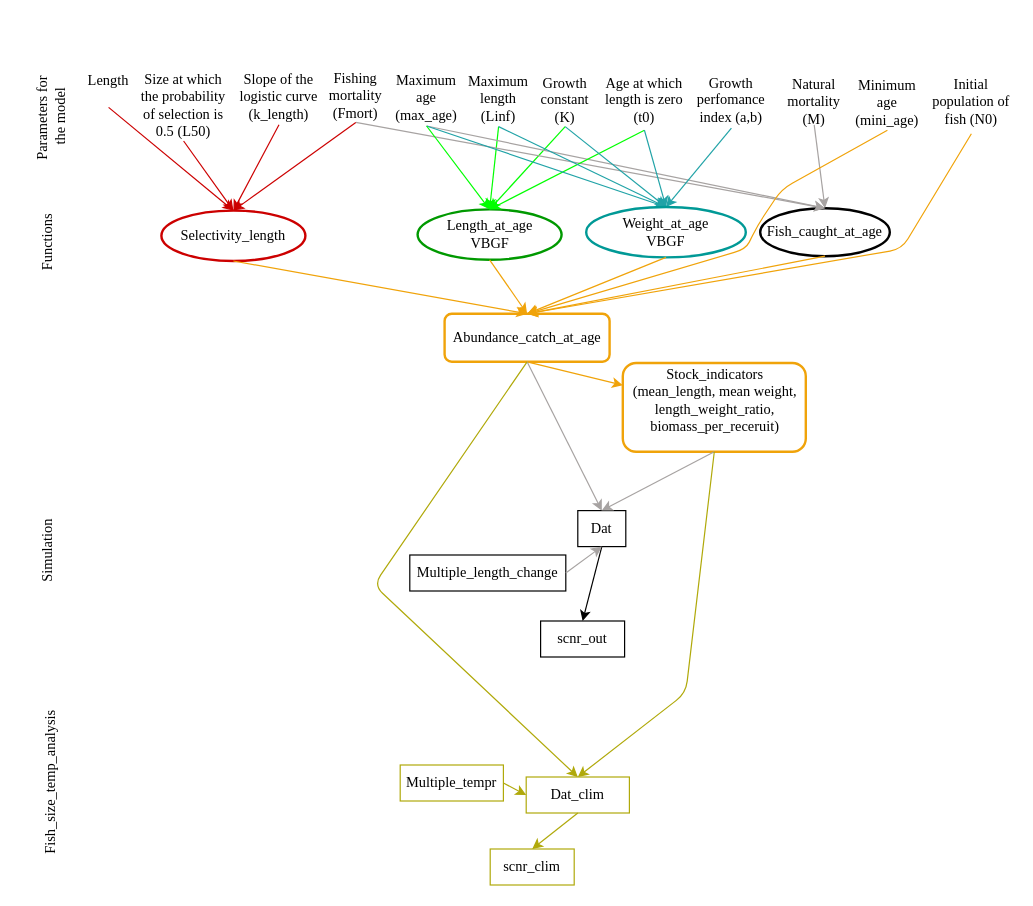
The draw.io diagram test.drawio in rtakyi/fish-size-climate-sensitivity, before the edit. Source tidied: cells renumbered, new cells numbered last; positions are measured from the earlier drawing's top-left corner, leaving out a move shared by most shapes. Both pictures are drawn from the tidied source at 120%, with x=0, y=0 at pixel (-34, 67).
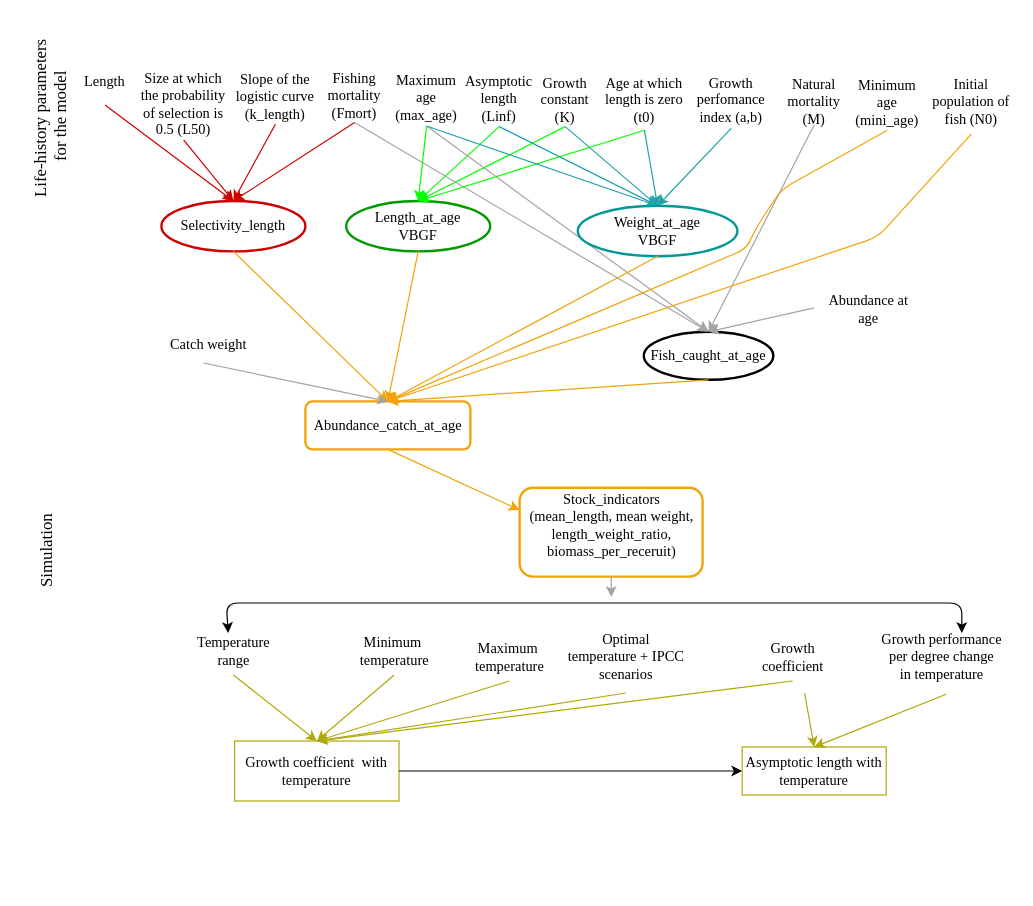
The same page after the edit.

Unchanged cells that the change refers to:
```xml
<mxCell id="6" value="&lt;font face=&quot;Times New Roman&quot; style=&quot;font-size: 12px;&quot;&gt;Initial population of fish (N0)&lt;/font&gt;" style="text;html=1;strokeColor=none;fillColor=none;align=center;verticalAlign=middle;whiteSpace=wrap;rounded=0;" parent="1" vertex="1">
  <mxGeometry x="802" y="1" width="70" height="54" as="geometry" />
</mxCell>
```

Change to the diagram source:
```diff
@@
     <mxCell id="3" value="&lt;font face=&quot;Times New Roman&quot; style=&quot;font-size: 12px;&quot;&gt;Size at which the probability of selection is 0.5 (L50)&lt;/font&gt;" style="text;html=1;strokeColor=none;fillColor=none;align=center;verticalAlign=middle;whiteSpace=wrap;rounded=0;fontStyle=0;" parent="1" vertex="1">
-      <mxGeometry x="140" y="1" width="81" height="60" as="geometry" />
+      <mxGeometry x="140" width="81" height="60" as="geometry" />
     </mxCell>
-    <mxCell id="4" value="&lt;font face=&quot;Times New Roman&quot; style=&quot;font-size: 12px;&quot;&gt;Maximum length (Linf)&lt;/font&gt;" style="text;html=1;strokeColor=none;fillColor=none;align=center;verticalAlign=middle;whiteSpace=wrap;rounded=0;" parent="1" vertex="1">
-      <mxGeometry x="418" y="2.5" width="50" height="46.5" as="geometry" />
+    <mxCell id="4" value="&lt;font face=&quot;Times New Roman&quot; style=&quot;font-size: 12px;&quot;&gt;Asymptotic length (Linf)&lt;/font&gt;" style="text;html=1;strokeColor=none;fillColor=none;align=center;verticalAlign=middle;whiteSpace=wrap;rounded=0;" parent="1" vertex="1">
+      <mxGeometry x="418" y="2.5" width="51" height="46.5" as="geometry" />
     </mxCell>
@@
     <mxCell id="7" value="&lt;font face=&quot;Times New Roman&quot; style=&quot;font-size: 12px;&quot;&gt;Selectivity_length&lt;/font&gt;" style="ellipse;whiteSpace=wrap;html=1;strokeColor=#CC0000;strokeWidth=2;" parent="1" vertex="1">
-      <mxGeometry x="162" y="119" width="120" height="42" as="geometry" />
+      <mxGeometry x="162" y="111" width="120" height="42" as="geometry" />
     </mxCell>
     <mxCell id="8" value="&lt;font face=&quot;Times New Roman&quot; style=&quot;font-size: 12px;&quot;&gt;Fishing&lt;br&gt;mortality (Fmort)&lt;/font&gt;" style="text;html=1;strokeColor=none;fillColor=none;align=center;verticalAlign=middle;whiteSpace=wrap;rounded=0;" parent="1" vertex="1">
-      <mxGeometry x="292" width="64" height="45.5" as="geometry" />
+      <mxGeometry x="291" width="64" height="45.5" as="geometry" />
     </mxCell>
@@
     <mxCell id="10" value="&lt;font face=&quot;Times New Roman&quot; style=&quot;font-size: 12px;&quot;&gt;Slope of the logistic curve (k_length)&lt;/font&gt;" style="text;html=1;strokeColor=none;fillColor=none;align=center;verticalAlign=middle;whiteSpace=wrap;rounded=0;" parent="1" vertex="1">
-      <mxGeometry x="226" y="1" width="68" height="46.5" as="geometry" />
+      <mxGeometry x="223" y="0.5" width="68" height="46.5" as="geometry" />
     </mxCell>
     <mxCell id="11" value="&lt;font face=&quot;Times New Roman&quot; style=&quot;font-size: 12px;&quot;&gt;Length_at_age&lt;br&gt;VBGF&lt;/font&gt;" style="ellipse;whiteSpace=wrap;html=1;strokeColor=#009900;strokeWidth=2;" parent="1" vertex="1">
-      <mxGeometry x="375.5" y="118" width="120" height="42" as="geometry" />
+      <mxGeometry x="316" y="111" width="120" height="42" as="geometry" />
     </mxCell>
@@
     <mxCell id="14" value="&lt;font style=&quot;&quot;&gt;&lt;font style=&quot;font-size: 12px;&quot; face=&quot;Times New Roman&quot;&gt;Length&lt;br&gt;&lt;/font&gt;&lt;br&gt;&lt;/font&gt;" style="text;html=1;strokeColor=none;fillColor=none;align=center;verticalAlign=middle;whiteSpace=wrap;rounded=0;strokeWidth=3;" parent="1" vertex="1">
-      <mxGeometry x="99" y="3" width="38" height="30" as="geometry" />
+      <mxGeometry x="96" y="6" width="38" height="25" as="geometry" />
     </mxCell>
@@
     <mxCell id="18" value="&lt;font style=&quot;font-size: 12px;&quot; face=&quot;Times New Roman&quot;&gt;Fish_caught_at_age&lt;/font&gt;" style="ellipse;whiteSpace=wrap;html=1;strokeWidth=2;" parent="1" vertex="1">
-      <mxGeometry x="661" y="117" width="108" height="40" as="geometry" />
+      <mxGeometry x="564" y="220" width="108" height="40" as="geometry" />
     </mxCell>
@@
     <mxCell id="21" value="&lt;font face=&quot;Times New Roman&quot; style=&quot;font-size: 12px;&quot;&gt;Abundance_catch_at_age&lt;/font&gt;" style="rounded=1;whiteSpace=wrap;html=1;strokeWidth=2;fontSize=10;strokeColor=#F0A30A;" parent="1" vertex="1">
-      <mxGeometry x="398" y="205" width="137.5" height="40" as="geometry" />
+      <mxGeometry x="282" y="278" width="137.5" height="40" as="geometry" />
     </mxCell>
@@
     <mxCell id="32" value="&lt;font face=&quot;Times New Roman&quot; style=&quot;font-size: 12px;&quot;&gt;Weight_at_age&lt;br&gt;VBGF&lt;/font&gt;" style="ellipse;whiteSpace=wrap;html=1;strokeColor=#009996;strokeWidth=2;" parent="1" vertex="1">
-      <mxGeometry x="516" y="116" width="133" height="42" as="geometry" />
+      <mxGeometry x="509" y="115" width="133" height="42" as="geometry" />
     </mxCell>
-    <mxCell id="33" value="&lt;font face=&quot;Times New Roman&quot;&gt;Parameters&amp;nbsp;for&amp;nbsp;&lt;br&gt;the model&lt;/font&gt;" style="text;html=1;align=center;verticalAlign=middle;strokeColor=none;fillColor=none;rotation=-90;fontStyle=0;" parent="1" vertex="1">
-      <mxGeometry x="20" y="21" width="100" height="40" as="geometry" />
+    <mxCell id="33" value="&lt;font style=&quot;font-size: 14px;&quot; face=&quot;Times New Roman&quot;&gt;Life-history parameters&amp;nbsp;&lt;br&gt;for&amp;nbsp;the model&lt;/font&gt;" style="text;html=1;align=center;verticalAlign=middle;strokeColor=none;fillColor=none;rotation=-90;fontStyle=0;" parent="1" vertex="1">
+      <mxGeometry x="-10" y="16" width="160" height="50" as="geometry" />
     </mxCell>
-    <mxCell id="34" value="&lt;font face=&quot;Times New Roman&quot;&gt;Functions&lt;/font&gt;" style="text;html=1;align=center;verticalAlign=middle;points=[];strokeColor=none;fillColor=none;rotation=-90;fontStyle=0;" parent="1" vertex="1">
-      <mxGeometry x="32" y="131" width="70" height="30" as="geometry" />
+    <mxCell id="34" value="&lt;font face=&quot;Times New Roman&quot;&gt;Abundance at&lt;br&gt;age&lt;br&gt;&lt;/font&gt;" style="text;html=1;align=center;verticalAlign=middle;points=[];strokeColor=none;fillColor=none;rotation=0;fontStyle=0;" parent="1" vertex="1">
+      <mxGeometry x="706" y="181" width="90" height="40" as="geometry" />
     </mxCell>
@@
-    <mxCell id="41" value="&lt;font face=&quot;Times New Roman&quot;&gt;Simulation&lt;/font&gt;" style="text;html=1;align=center;verticalAlign=middle;strokeColor=none;fillColor=none;rotation=-90;fontStyle=0;" parent="1" vertex="1">
+    <mxCell id="41" value="&lt;font style=&quot;font-size: 14px;&quot; face=&quot;Times New Roman&quot;&gt;Simulation&lt;/font&gt;" style="text;html=1;align=center;verticalAlign=middle;strokeColor=none;fillColor=none;rotation=-90;fontStyle=0;" parent="1" vertex="1">
       <mxGeometry x="27" y="388" width="80" height="30" as="geometry" />
     </mxCell>
     <mxCell id="42" value="&lt;font style=&quot;&quot;&gt;&lt;font style=&quot;font-size: 12px;&quot; face=&quot;Times New Roman&quot;&gt;Stock_indicators&lt;br&gt;(mean_length, mean weight, length_weight_ratio, biomass_per_receruit)&lt;br&gt;&lt;/font&gt;&lt;br&gt;&lt;/font&gt;" style="rounded=1;whiteSpace=wrap;html=1;strokeWidth=2;fontSize=10;strokeColor=#F0A30A;" parent="1" vertex="1">
-      <mxGeometry x="546.5" y="246" width="152.5" height="74" as="geometry" />
+      <mxGeometry x="460.5" y="350" width="152.5" height="74" as="geometry" />
     </mxCell>
     <mxCell id="43" style="endArrow=classic;html=1;strokeColor=#F0A30A;entryX=0.5;entryY=0;entryDx=0;entryDy=0;exitX=0.5;exitY=1;exitDx=0;exitDy=0;" parent="1" edge="1" source="6" target="21">
       <mxGeometry relative="1" as="geometry">
         <Array as="points">
-          <mxPoint x="779" y="151" />
+          <mxPoint x="759" y="141" />
         </Array>
       </mxGeometry>
     </mxCell>
@@
-    <mxCell id="45" value="&lt;font face=&quot;Times New Roman&quot; style=&quot;font-size: 12px;&quot;&gt;Multiple_length_change&lt;/font&gt;" style="whiteSpace=wrap;html=1;" parent="1" vertex="1">
-      <mxGeometry x="369" y="406" width="130" height="30" as="geometry" />
-    </mxCell>
-    <mxCell id="46" style="edgeStyle=none;html=1;fontSize=12;exitX=0.5;exitY=1;exitDx=0;exitDy=0;entryX=0.5;entryY=0;entryDx=0;entryDy=0;" parent="1" edge="1" source="47" target="49">
-      <mxGeometry relative="1" as="geometry" />
-    </mxCell>
-    <mxCell id="47" value="&lt;font face=&quot;Times New Roman&quot; style=&quot;font-size: 12px;&quot;&gt;Dat&lt;/font&gt;" style="whiteSpace=wrap;html=1;" parent="1" vertex="1">
-      <mxGeometry x="509" y="369" width="40" height="30" as="geometry" />
-    </mxCell>
-    <mxCell id="48" style="endArrow=classic;html=1;strokeColor=#A7A3A2;startArrow=none;exitX=0.5;exitY=1;exitDx=0;exitDy=0;entryX=0.5;entryY=0;entryDx=0;entryDy=0;" parent="1" edge="1" source="42" target="47">
-      <mxGeometry relative="1" as="geometry" />
+    <mxCell id="48" style="endArrow=classic;html=1;strokeColor=#A7A3A2;startArrow=none;exitX=0.5;exitY=1;exitDx=0;exitDy=0;" parent="1" edge="1" source="42">
+      <mxGeometry relative="1" as="geometry">
+        <mxPoint x="537" y="441" as="targetPoint" />
+      </mxGeometry>
     </mxCell>
-    <mxCell id="49" value="&lt;font style=&quot;font-size: 12px;&quot; face=&quot;Times New Roman&quot;&gt;scnr_out&lt;/font&gt;" style="whiteSpace=wrap;html=1;fontSize=10;" parent="1" vertex="1">
-      <mxGeometry x="478" y="461" width="70" height="30" as="geometry" />
-    </mxCell>
-    <mxCell id="50" style="endArrow=classic;html=1;strokeColor=#A7A3A2;startArrow=none;entryX=0.5;entryY=1;entryDx=0;entryDy=0;exitX=1;exitY=0.5;exitDx=0;exitDy=0;" parent="1" edge="1" source="45" target="47">
-      <mxGeometry relative="1" as="geometry" />
-    </mxCell>
-    <mxCell id="51" style="endArrow=classic;html=1;strokeColor=#A7A3A2;startArrow=none;exitX=0.5;exitY=1;exitDx=0;exitDy=0;entryX=0.5;entryY=0;entryDx=0;entryDy=0;" parent="1" edge="1" source="21" target="47">
-      <mxGeometry relative="1" as="geometry" />
-    </mxCell>
@@
-    <mxCell id="53" value="&lt;font face=&quot;Times New Roman&quot; style=&quot;font-size: 12px;&quot;&gt;Fish_size_temp_analysis&lt;/font&gt;" style="text;html=1;align=center;verticalAlign=middle;strokeColor=none;fillColor=none;fontSize=10;rotation=-90;fontStyle=0;" parent="1" vertex="1">
-      <mxGeometry y="581" width="140" height="30" as="geometry" />
-    </mxCell>
-    <mxCell id="54" value="&lt;font style=&quot;font-size: 12px;&quot; face=&quot;Times New Roman&quot;&gt;scnr_clim&lt;/font&gt;" style="whiteSpace=wrap;html=1;fontSize=10;strokeColor=#B0A90A;" parent="1" vertex="1">
-      <mxGeometry x="436" y="651" width="70" height="30" as="geometry" />
-    </mxCell>
-    <mxCell id="55" value="&lt;font face=&quot;Times New Roman&quot; style=&quot;font-size: 12px;&quot;&gt;Multiple_tempr&lt;/font&gt;" style="whiteSpace=wrap;html=1;strokeColor=#B0A90A;" parent="1" vertex="1">
-      <mxGeometry x="361" y="581" width="86" height="30" as="geometry" />
+    <mxCell id="55" value="&lt;font face=&quot;Times New Roman&quot;&gt;Growth coefficient&amp;nbsp; with temperature&lt;/font&gt;" style="whiteSpace=wrap;html=1;strokeColor=#B0A90A;" parent="1" vertex="1">
+      <mxGeometry x="223" y="561" width="137" height="50" as="geometry" />
     </mxCell>
-    <mxCell id="56" style="edgeStyle=none;jettySize=auto;html=1;fontSize=12;exitX=0.5;exitY=1;exitDx=0;exitDy=0;strokeColor=#B0A90A;entryX=0.5;entryY=0;entryDx=0;entryDy=0;" parent="1" edge="1" source="21" target="58">
-      <mxGeometry relative="1" as="geometry">
-        <Array as="points">
-          <mxPoint x="339" y="431" />
-        </Array>
-      </mxGeometry>
-    </mxCell>
-    <mxCell id="57" style="edgeStyle=none;jettySize=auto;html=1;fontSize=12;exitX=0.5;exitY=1;exitDx=0;exitDy=0;strokeColor=#B0A90A;entryX=0.5;entryY=0;entryDx=0;entryDy=0;" parent="1" edge="1" source="42" target="58">
-      <mxGeometry relative="1" as="geometry">
-        <Array as="points">
-          <mxPoint x="599" y="521" />
-        </Array>
-      </mxGeometry>
-    </mxCell>
+    <mxCell id="60" style="edgeStyle=none;html=1;exitX=1;exitY=0.5;exitDx=0;exitDy=0;entryX=0;entryY=0.5;entryDx=0;entryDy=0;" parent="1" edge="1" source="55" target="58">
+      <mxGeometry relative="1" as="geometry" />
+    </mxCell>
-    <mxCell id="58" value="&lt;font face=&quot;Times New Roman&quot; style=&quot;font-size: 12px;&quot;&gt;Dat_clim&lt;/font&gt;" style="whiteSpace=wrap;html=1;strokeColor=#B0A90A;" parent="1" vertex="1">
-      <mxGeometry x="466" y="591" width="86" height="30" as="geometry" />
+    <mxCell id="58" value="&lt;font face=&quot;Times New Roman&quot; style=&quot;font-size: 12px;&quot;&gt;Asymptotic length with temperature&lt;/font&gt;" style="whiteSpace=wrap;html=1;strokeColor=#B0A90A;" parent="1" vertex="1">
+      <mxGeometry x="646" y="566" width="120" height="40" as="geometry" />
     </mxCell>
-    <mxCell id="59" style="edgeStyle=none;jettySize=auto;html=1;fontSize=12;strokeColor=#B0A90A;entryX=0.5;entryY=0;entryDx=0;entryDy=0;exitX=0.5;exitY=1;exitDx=0;exitDy=0;" parent="1" edge="1" source="58" target="54">
-      <mxGeometry relative="1" as="geometry" />
-    </mxCell>
-    <mxCell id="60" style="edgeStyle=none;jettySize=auto;html=1;fontSize=12;strokeColor=#B0A90A;entryX=0;entryY=0.5;entryDx=0;entryDy=0;exitX=1;exitY=0.5;exitDx=0;exitDy=0;" parent="1" edge="1" source="55" target="58">
-      <mxGeometry relative="1" as="geometry" />
-    </mxCell>
+    <mxCell id="61" style="endArrow=classic;html=1;strokeColor=#A7A3A2;startArrow=none;exitX=0;exitY=0.475;exitDx=0;exitDy=0;entryX=0.5;entryY=0;entryDx=0;entryDy=0;exitPerimeter=0;" parent="1" edge="1" source="34" target="18">
+      <mxGeometry relative="1" as="geometry" />
+    </mxCell>
+    <mxCell id="62" value="&lt;font face=&quot;Times New Roman&quot;&gt;Catch weight&lt;br&gt;&lt;/font&gt;" style="text;html=1;align=center;verticalAlign=middle;points=[];strokeColor=none;fillColor=none;rotation=0;fontStyle=0;" parent="1" vertex="1">
+      <mxGeometry x="156" y="216" width="90" height="30" as="geometry" />
+    </mxCell>
+    <mxCell id="63" value="&lt;font face=&quot;Times New Roman&quot;&gt;Temperature &lt;br&gt;range&lt;br&gt;&lt;/font&gt;" style="text;html=1;align=center;verticalAlign=middle;points=[];strokeColor=none;fillColor=none;rotation=0;fontStyle=0;" parent="1" vertex="1">
+      <mxGeometry x="182" y="466" width="80" height="40" as="geometry" />
+    </mxCell>
+    <mxCell id="64" value="&lt;font face=&quot;Times New Roman&quot;&gt;Minimum&amp;nbsp;&lt;br&gt;temperature&lt;br&gt;&lt;/font&gt;" style="text;html=1;align=center;verticalAlign=middle;points=[];strokeColor=none;fillColor=none;rotation=0;fontStyle=0;" parent="1" vertex="1">
+      <mxGeometry x="316" y="466" width="80" height="40" as="geometry" />
+    </mxCell>
+    <mxCell id="65" value="&lt;font face=&quot;Times New Roman&quot;&gt;Maximum&amp;nbsp;&lt;br&gt;temperature&lt;br&gt;&lt;/font&gt;" style="text;html=1;align=center;verticalAlign=middle;points=[];strokeColor=none;fillColor=none;rotation=0;fontStyle=0;" parent="1" vertex="1">
+      <mxGeometry x="412" y="471" width="80" height="40" as="geometry" />
+    </mxCell>
+    <mxCell id="66" value="&lt;font face=&quot;Times New Roman&quot;&gt;Optimal&lt;br&gt;temperature + IPCC&lt;br&gt;scenarios&lt;br&gt;&lt;/font&gt;" style="text;html=1;align=center;verticalAlign=middle;points=[];strokeColor=none;fillColor=none;rotation=0;fontStyle=0;" parent="1" vertex="1">
+      <mxGeometry x="489" y="461" width="120" height="60" as="geometry" />
+    </mxCell>
+    <mxCell id="67" value="&lt;font face=&quot;Times New Roman&quot;&gt;Growth&lt;br&gt;coefficient&lt;br&gt;&lt;/font&gt;" style="text;html=1;align=center;verticalAlign=middle;points=[];strokeColor=none;fillColor=none;rotation=0;fontStyle=0;" parent="1" vertex="1">
+      <mxGeometry x="653" y="471" width="70" height="40" as="geometry" />
+    </mxCell>
+    <mxCell id="68" value="&lt;font face=&quot;Times New Roman&quot;&gt;Growth performance&lt;br&gt;per degree change &lt;br&gt;in temperature&lt;br&gt;&lt;/font&gt;" style="text;html=1;align=center;verticalAlign=middle;points=[];strokeColor=none;fillColor=none;rotation=0;fontStyle=0;" parent="1" vertex="1">
+      <mxGeometry x="752" y="461" width="120" height="60" as="geometry" />
+    </mxCell>
+    <mxCell id="69" style="endArrow=classic;startArrow=classic;html=1;" parent="1" edge="1">
+      <mxGeometry relative="1" as="geometry">
+        <mxPoint x="217.7" y="471" as="sourcePoint" />
+        <mxPoint x="829" y="471" as="targetPoint" />
+        <Array as="points">
+          <mxPoint x="216" y="446" />
+          <mxPoint x="829" y="446" />
+        </Array>
+      </mxGeometry>
+    </mxCell>
+    <mxCell id="70" style="endArrow=classic;html=1;strokeColor=#A7A3A2;startArrow=none;entryX=0.5;entryY=0;entryDx=0;entryDy=0;exitX=0.456;exitY=1;exitDx=0;exitDy=0;exitPerimeter=0;" parent="1" edge="1" source="62" target="21">
+      <mxGeometry relative="1" as="geometry" />
+    </mxCell>
+    <mxCell id="71" style="endArrow=classic;html=1;strokeColor=#B0A90A;entryX=0.5;entryY=0;entryDx=0;entryDy=0;exitX=0.5;exitY=1;exitDx=0;exitDy=0;" parent="1" edge="1" source="64" target="55">
+      <mxGeometry relative="1" as="geometry" />
+    </mxCell>
+    <mxCell id="72" style="endArrow=classic;html=1;strokeColor=#B0A90A;entryX=0.5;entryY=0;entryDx=0;entryDy=0;exitX=0.5;exitY=1;exitDx=0;exitDy=0;" parent="1" edge="1" source="63" target="55">
+      <mxGeometry relative="1" as="geometry" />
+    </mxCell>
+    <mxCell id="73" style="endArrow=classic;html=1;strokeColor=#B0A90A;entryX=0.5;entryY=0;entryDx=0;entryDy=0;exitX=0.5;exitY=1;exitDx=0;exitDy=0;" parent="1" edge="1" source="65" target="55">
+      <mxGeometry relative="1" as="geometry" />
+    </mxCell>
+    <mxCell id="74" style="endArrow=classic;html=1;strokeColor=#B0A90A;entryX=0.5;entryY=0;entryDx=0;entryDy=0;exitX=0.5;exitY=1;exitDx=0;exitDy=0;" parent="1" edge="1" source="66" target="55">
+      <mxGeometry relative="1" as="geometry" />
+    </mxCell>
+    <mxCell id="75" style="endArrow=classic;html=1;strokeColor=#B0A90A;entryX=0.5;entryY=0;entryDx=0;entryDy=0;exitX=0.5;exitY=1;exitDx=0;exitDy=0;" parent="1" edge="1" source="67" target="55">
+      <mxGeometry relative="1" as="geometry" />
+    </mxCell>
+    <mxCell id="76" style="endArrow=classic;html=1;strokeColor=#B0A90A;entryX=0.5;entryY=0;entryDx=0;entryDy=0;exitX=0.5;exitY=1;exitDx=0;exitDy=0;" parent="1" edge="1" target="58">
+      <mxGeometry relative="1" as="geometry">
+        <mxPoint x="698" y="521" as="sourcePoint" />
+      </mxGeometry>
+    </mxCell>
+    <mxCell id="77" style="endArrow=classic;html=1;strokeColor=#B0A90A;entryX=0.5;entryY=0;entryDx=0;entryDy=0;exitX=0.533;exitY=1.017;exitDx=0;exitDy=0;exitPerimeter=0;" parent="1" edge="1" source="68" target="58">
+      <mxGeometry relative="1" as="geometry" />
+    </mxCell>
```
